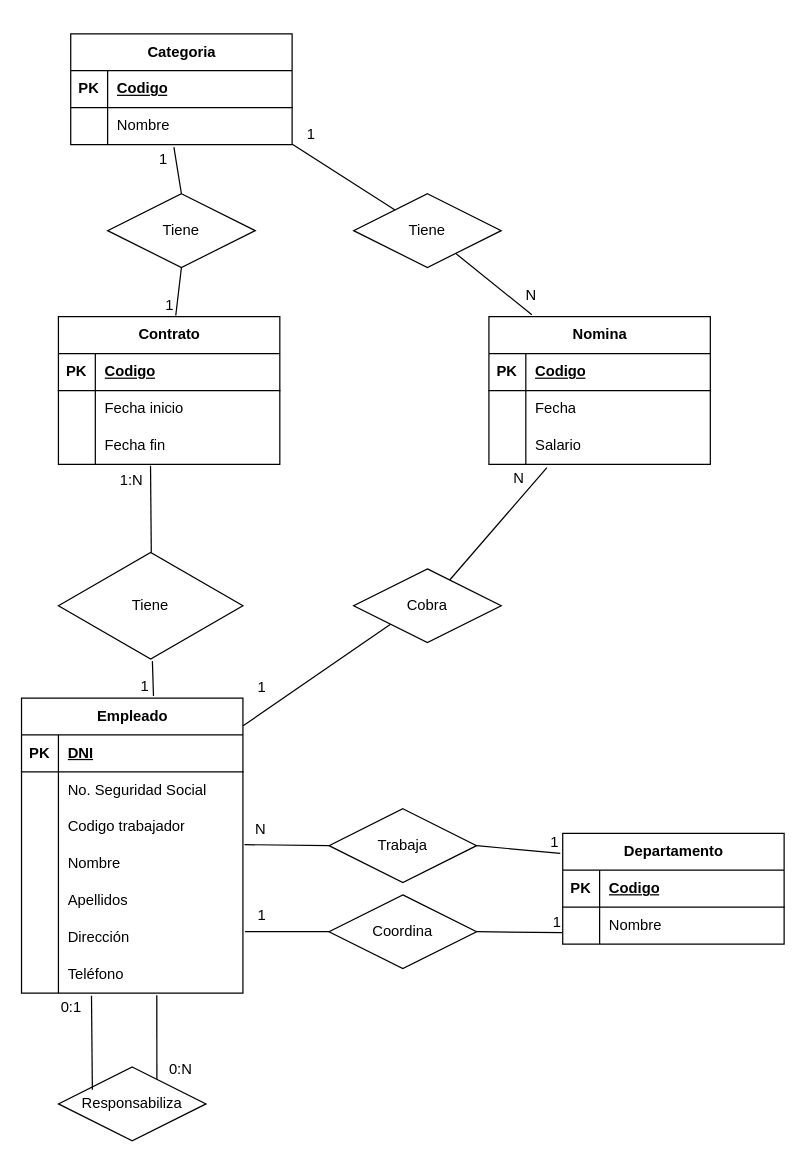
Before: Ejercicio_7_Organigrama.drawio in BasementHalfStackDev/ejercicios-ud12, a draw.io diagram. Source tidied: cells renumbered, new cells numbered last; positions are measured from the earlier drawing's top-left corner, leaving out a move shared by most shapes. Both pictures are drawn from the tidied source at 123%, with x=0, y=0 at pixel (21, 33).
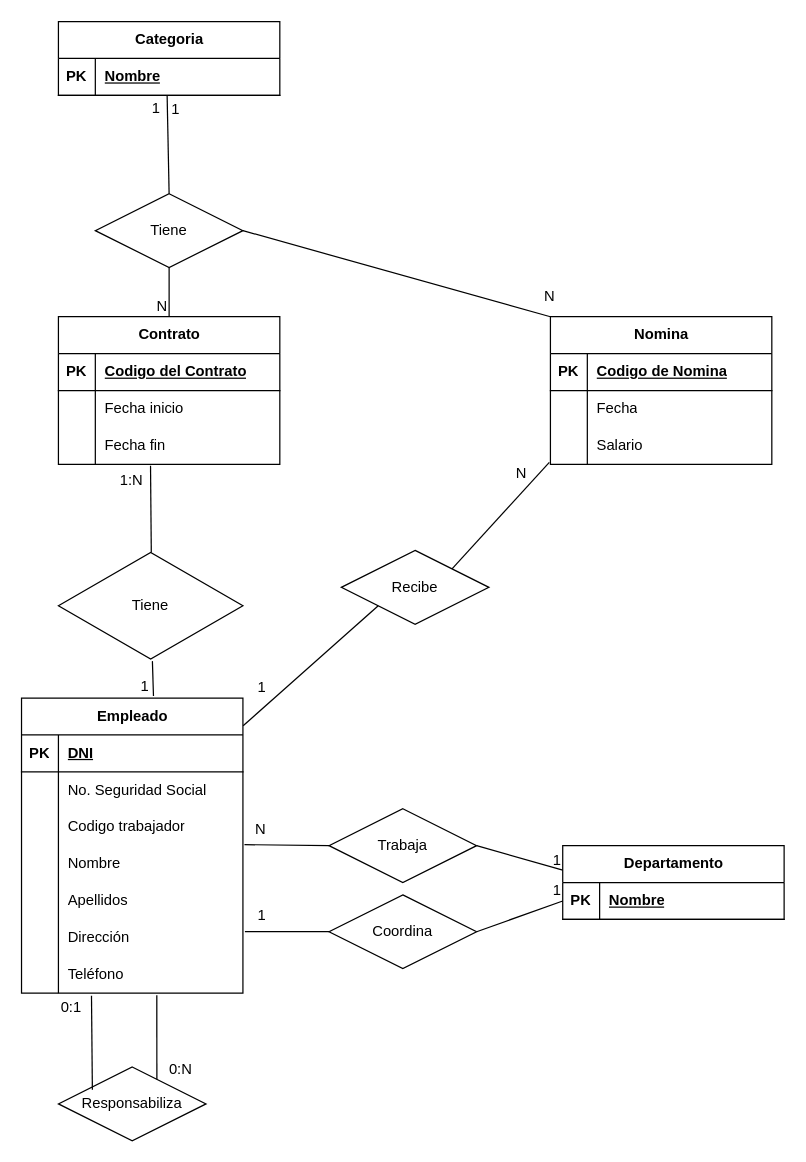
Above is the later version.

The change refers to these unchanged cells:
```xml
<mxCell id="25" style="shape=tableRow;horizontal=0;startSize=0;swimlaneHead=0;swimlaneBody=0;fillColor=none;points=[[0,0.5],[1,0.5]];portConstraint=eastwest;top=0;left=0;right=0;bottom=1;" parent="24" vertex="1">
  <mxGeometry y="30" width="180" height="30" as="geometry" />
</mxCell>
<mxCell id="31" value="Contrato" style="shape=table;startSize=30;childLayout=tableLayout;rowLines=0;fontStyle=1;align=center;html=1;" parent="1" vertex="1">
  <mxGeometry x="30" y="230" width="180" height="120" as="geometry" />
</mxCell>
<mxCell id="32" style="shape=tableRow;horizontal=0;startSize=0;swimlaneHead=0;swimlaneBody=0;fillColor=none;top=0;left=0;right=0;bottom=1;" parent="31" vertex="1">
  <mxGeometry y="30" width="180" height="30" as="geometry" />
</mxCell>
<mxCell id="42" value="Trabaja" style="shape=rhombus;perimeter=rhombusPerimeter;whiteSpace=wrap;html=1;align=center;" parent="1" vertex="1">
  <mxGeometry x="250" y="630" width="120" height="60" as="geometry" />
</mxCell>
<mxCell id="57" style="shape=tableRow;horizontal=0;startSize=0;swimlaneHead=0;swimlaneBody=0;fillColor=none;points=[[0,0.5],[1,0.5]];portConstraint=eastwest;top=0;left=0;right=0;bottom=1;" parent="56" vertex="1">
  <mxGeometry y="30" width="180" height="30" as="geometry" />
</mxCell>
<mxCell id="66" style="shape=tableRow;horizontal=0;startSize=0;swimlaneHead=0;swimlaneBody=0;fillColor=none;top=0;left=0;right=0;bottom=1;" parent="65" vertex="1">
  <mxGeometry y="30" width="180" height="30" as="geometry" />
</mxCell>
<mxCell id="72" style="shape=tableRow;horizontal=0;startSize=0;swimlaneHead=0;swimlaneBody=0;fillColor=none;points=[[0,0.5],[1,0.5]];portConstraint=eastwest;top=0;left=0;right=0;bottom=0;" parent="65" vertex="1">
  <mxGeometry y="90" width="180" height="30" as="geometry" />
</mxCell>
```

The edit, as a diff of the source:
```diff
@@
     <mxCell id="24" value="Departamento" style="shape=table;startSize=30;childLayout=tableLayout;rowLines=0;fontStyle=1;align=center;html=1;" parent="1" vertex="1">
-      <mxGeometry x="440" y="650" width="180" height="90" as="geometry" />
+      <mxGeometry x="440" y="660" width="180" height="60" as="geometry" />
     </mxCell>
@@
-    <mxCell id="27" value="Codigo" style="shape=partialRectangle;fillColor=none;top=0;left=0;bottom=0;right=0;align=left;spacingLeft=6;fontStyle=5;overflow=hidden;whiteSpace=wrap;html=1;" parent="25" vertex="1">
+    <mxCell id="27" value="Nombre" style="shape=partialRectangle;fillColor=none;top=0;left=0;bottom=0;right=0;align=left;spacingLeft=6;fontStyle=5;overflow=hidden;whiteSpace=wrap;html=1;" parent="25" vertex="1">
       <mxGeometry x="30" width="150" height="30" as="geometry" />
     </mxCell>
-    <mxCell id="28" style="shape=tableRow;horizontal=0;startSize=0;swimlaneHead=0;swimlaneBody=0;fillColor=none;points=[[0,0.5],[1,0.5]];portConstraint=eastwest;top=0;left=0;right=0;bottom=0;" parent="24" vertex="1">
-      <mxGeometry y="60" width="180" height="30" as="geometry" />
-    </mxCell>
-    <mxCell id="29" style="shape=partialRectangle;fillColor=none;top=0;left=0;bottom=0;right=0;overflow=hidden;whiteSpace=wrap;html=1;" parent="28" vertex="1">
-      <mxGeometry width="30" height="30" as="geometry" />
-    </mxCell>
-    <mxCell id="30" value="Nombre" style="shape=partialRectangle;fillColor=none;top=0;left=0;bottom=0;right=0;align=left;spacingLeft=6;overflow=hidden;whiteSpace=wrap;html=1;" parent="28" vertex="1">
-      <mxGeometry x="30" width="150" height="30" as="geometry" />
-    </mxCell>
@@
-    <mxCell id="34" value="Codigo" style="shape=partialRectangle;fillColor=none;top=0;left=0;bottom=0;right=0;align=left;spacingLeft=6;fontStyle=5;overflow=hidden;whiteSpace=wrap;html=1;" parent="32" vertex="1">
+    <mxCell id="34" value="Codigo del Contrato" style="shape=partialRectangle;fillColor=none;top=0;left=0;bottom=0;right=0;align=left;spacingLeft=6;fontStyle=5;overflow=hidden;whiteSpace=wrap;html=1;" parent="32" vertex="1">
       <mxGeometry x="30" width="150" height="30" as="geometry" />
     </mxCell>
@@
-    <mxCell id="43" style="endArrow=none;html=1;rounded=0;entryX=-0.011;entryY=0.182;entryDx=0;entryDy=0;entryPerimeter=0;exitX=1;exitY=0.5;exitDx=0;exitDy=0;" parent="1" edge="1" source="42" target="24">
+    <mxCell id="43" style="endArrow=none;html=1;rounded=0;entryX=0;entryY=0.333;entryDx=0;entryDy=0;entryPerimeter=0;exitX=1;exitY=0.5;exitDx=0;exitDy=0;" parent="1" edge="1" source="42" target="24">
       <mxGeometry relative="1" as="geometry" />
     </mxCell>
@@
-    <mxCell id="54" style="endArrow=none;html=1;rounded=0;entryX=-0.002;entryY=0.693;entryDx=0;entryDy=0;entryPerimeter=0;" parent="1" edge="1" target="28">
+    <mxCell id="54" style="endArrow=none;html=1;rounded=0;entryX=0;entryY=0.5;entryDx=0;entryDy=0;" parent="1" edge="1" target="25">
       <mxGeometry relative="1" as="geometry">
         <mxPoint x="370" y="730" as="sourcePoint" />
       </mxGeometry>
     </mxCell>
@@
     <mxCell id="56" value="Categoria" style="shape=table;startSize=30;childLayout=tableLayout;rowLines=0;fontStyle=1;align=center;html=1;" parent="1" vertex="1">
-      <mxGeometry x="40" width="180" height="90" as="geometry" />
+      <mxGeometry x="30" y="-10" width="180" height="60" as="geometry" />
     </mxCell>
@@
-    <mxCell id="59" value="Codigo" style="shape=partialRectangle;fillColor=none;top=0;left=0;bottom=0;right=0;align=left;spacingLeft=6;fontStyle=5;overflow=hidden;whiteSpace=wrap;html=1;" parent="57" vertex="1">
+    <mxCell id="59" value="Nombre" style="shape=partialRectangle;fillColor=none;top=0;left=0;bottom=0;right=0;align=left;spacingLeft=6;fontStyle=5;overflow=hidden;whiteSpace=wrap;html=1;" parent="57" vertex="1">
       <mxGeometry x="30" width="150" height="30" as="geometry" />
     </mxCell>
-    <mxCell id="60" style="shape=tableRow;horizontal=0;startSize=0;swimlaneHead=0;swimlaneBody=0;fillColor=none;points=[[0,0.5],[1,0.5]];portConstraint=eastwest;top=0;left=0;right=0;bottom=0;" parent="56" vertex="1">
-      <mxGeometry y="60" width="180" height="30" as="geometry" />
-    </mxCell>
-    <mxCell id="61" style="shape=partialRectangle;fillColor=none;top=0;left=0;bottom=0;right=0;overflow=hidden;whiteSpace=wrap;html=1;" parent="60" vertex="1">
-      <mxGeometry width="30" height="30" as="geometry" />
-    </mxCell>
-    <mxCell id="62" value="Nombre" style="shape=partialRectangle;fillColor=none;top=0;left=0;bottom=0;right=0;align=left;spacingLeft=6;overflow=hidden;whiteSpace=wrap;html=1;" parent="60" vertex="1">
-      <mxGeometry x="30" width="150" height="30" as="geometry" />
-    </mxCell>
@@
     <mxCell id="64" value="Tiene" style="shape=rhombus;perimeter=rhombusPerimeter;whiteSpace=wrap;html=1;align=center;" parent="1" vertex="1">
-      <mxGeometry x="70" y="130" width="120" height="60" as="geometry" />
+      <mxGeometry x="60" y="130" width="120" height="60" as="geometry" />
     </mxCell>
     <mxCell id="65" value="Nomina" style="shape=table;startSize=30;childLayout=tableLayout;rowLines=0;fontStyle=1;align=center;html=1;" parent="1" vertex="1">
-      <mxGeometry x="380" y="230" width="180" height="120" as="geometry" />
+      <mxGeometry x="430" y="230" width="180" height="120" as="geometry" />
     </mxCell>
@@
-    <mxCell id="68" value="Codigo" style="shape=partialRectangle;fillColor=none;top=0;left=0;bottom=0;right=0;align=left;spacingLeft=6;fontStyle=5;overflow=hidden;whiteSpace=wrap;html=1;" parent="66" vertex="1">
+    <mxCell id="68" value="Codigo de Nomina" style="shape=partialRectangle;fillColor=none;top=0;left=0;bottom=0;right=0;align=left;spacingLeft=6;fontStyle=5;overflow=hidden;whiteSpace=wrap;html=1;" parent="66" vertex="1">
       <mxGeometry x="30" width="150" height="30" as="geometry" />
     </mxCell>
@@
-    <mxCell id="75" value="Cobra" style="shape=rhombus;perimeter=rhombusPerimeter;whiteSpace=wrap;html=1;align=center;" parent="1" vertex="1">
-      <mxGeometry x="270" y="435" width="120" height="60" as="geometry" />
+    <mxCell id="75" value="Recibe" style="shape=rhombus;perimeter=rhombusPerimeter;whiteSpace=wrap;html=1;align=center;" parent="1" vertex="1">
+      <mxGeometry x="260" y="420" width="120" height="60" as="geometry" />
     </mxCell>
@@
-    <mxCell id="80" style="endArrow=none;html=1;rounded=0;entryX=0.466;entryY=1.073;entryDx=0;entryDy=0;entryPerimeter=0;exitX=0.5;exitY=0;exitDx=0;exitDy=0;" parent="1" edge="1" source="64" target="60">
+    <mxCell id="80" style="endArrow=none;html=1;rounded=0;entryX=0.491;entryY=1.02;entryDx=0;entryDy=0;entryPerimeter=0;exitX=0.5;exitY=0;exitDx=0;exitDy=0;" parent="1" edge="1" source="64" target="57">
       <mxGeometry relative="1" as="geometry" />
     </mxCell>
@@
-    <mxCell id="82" style="endArrow=none;html=1;rounded=0;entryX=0.53;entryY=-0.008;entryDx=0;entryDy=0;entryPerimeter=0;exitX=0.5;exitY=1;exitDx=0;exitDy=0;" parent="1" edge="1" source="64" target="31">
+    <mxCell id="82" style="endArrow=none;html=1;rounded=0;entryX=0.5;entryY=0;entryDx=0;entryDy=0;exitX=0.5;exitY=1;exitDx=0;exitDy=0;" parent="1" edge="1" source="64" target="31">
       <mxGeometry relative="1" as="geometry" />
     </mxCell>
-    <mxCell id="83" value="1" style="html=1;whiteSpace=wrap;align=right;verticalAlign=bottom;" parent="82" vertex="1">
+    <mxCell id="83" value="N" style="html=1;whiteSpace=wrap;align=right;verticalAlign=bottom;" parent="82" vertex="1">
       <mxGeometry x="1" relative="1" as="geometry" />
     </mxCell>
-    <mxCell id="84" style="endArrow=none;html=1;rounded=0;entryX=0.262;entryY=1.089;entryDx=0;entryDy=0;entryPerimeter=0;" parent="1" edge="1" source="75" target="72">
+    <mxCell id="84" style="endArrow=none;html=1;rounded=0;entryX=-0.005;entryY=0.946;entryDx=0;entryDy=0;entryPerimeter=0;exitX=1;exitY=0;exitDx=0;exitDy=0;" parent="1" edge="1" source="75" target="72">
       <mxGeometry relative="1" as="geometry" />
     </mxCell>
@@
-    <mxCell id="88" value="Tiene" style="shape=rhombus;perimeter=rhombusPerimeter;whiteSpace=wrap;html=1;align=center;" parent="1" vertex="1">
-      <mxGeometry x="270" y="130" width="120" height="60" as="geometry" />
-    </mxCell>
-    <mxCell id="89" style="endArrow=none;html=1;rounded=0;entryX=0.194;entryY=-0.013;entryDx=0;entryDy=0;entryPerimeter=0;" parent="1" edge="1" source="88" target="65">
+    <mxCell id="89" style="endArrow=none;html=1;rounded=0;entryX=0;entryY=0;entryDx=0;entryDy=0;exitX=1;exitY=0.5;exitDx=0;exitDy=0;" parent="1" edge="1" source="64" target="65">
       <mxGeometry relative="1" as="geometry" />
     </mxCell>
@@
-    <mxCell id="91" style="endArrow=none;html=1;rounded=0;entryX=1.001;entryY=0.994;entryDx=0;entryDy=0;entryPerimeter=0;" parent="1" edge="1" source="88" target="60">
-      <mxGeometry relative="1" as="geometry" />
-    </mxCell>
-    <mxCell id="92" value="1" style="html=1;whiteSpace=wrap;align=right;verticalAlign=bottom;" parent="91" vertex="1">
-      <mxGeometry x="1" relative="1" as="geometry">
-        <mxPoint x="20" as="offset" />
-      </mxGeometry>
+    <mxCell id="92" value="1" style="html=1;whiteSpace=wrap;align=right;verticalAlign=bottom;" parent="1" vertex="1">
+      <mxGeometry x="130" y="70" as="geometry" />
     </mxCell>
```
